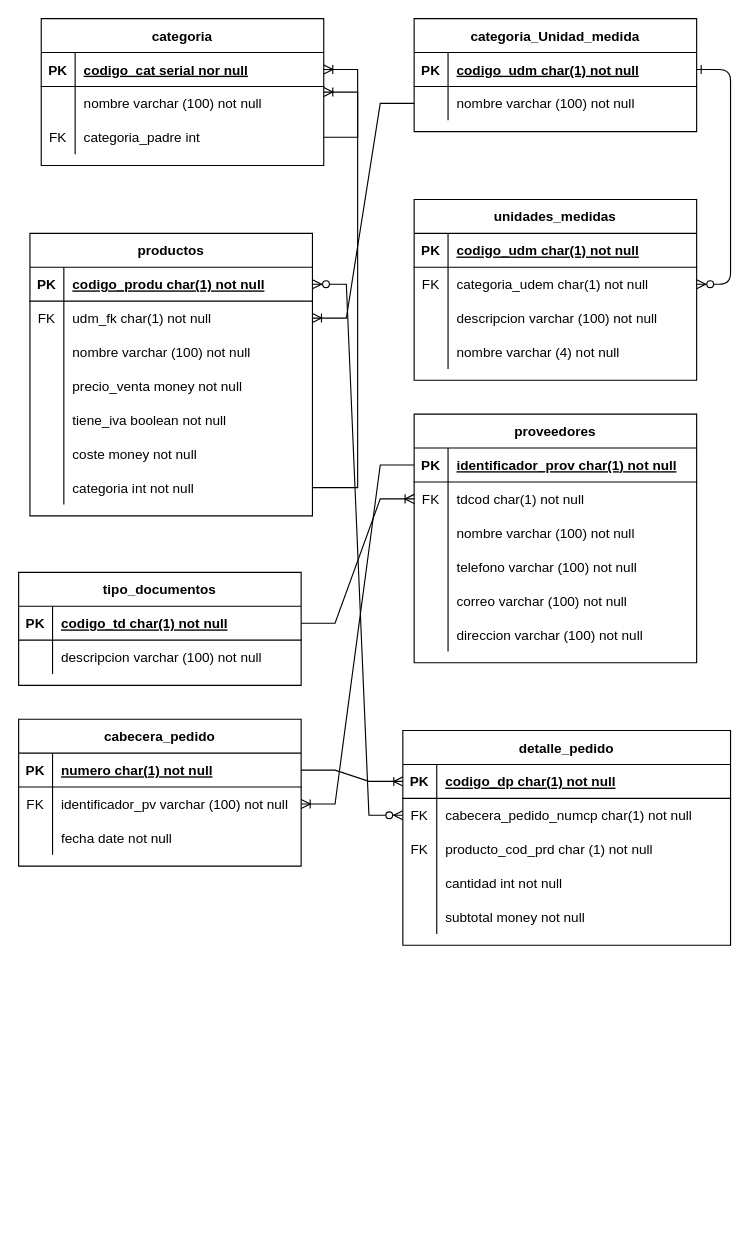
Above: Diagrama sin título.drawio in PaulRiveraC/kraveDev (draw.io), before the change. Source tidied: cells renumbered, new cells numbered last; positions are measured from the earlier drawing's top-left corner, leaving out a move shared by most shapes. Both pictures are drawn from the tidied source at 113%, with x=0, y=0 at pixel (18, 18).
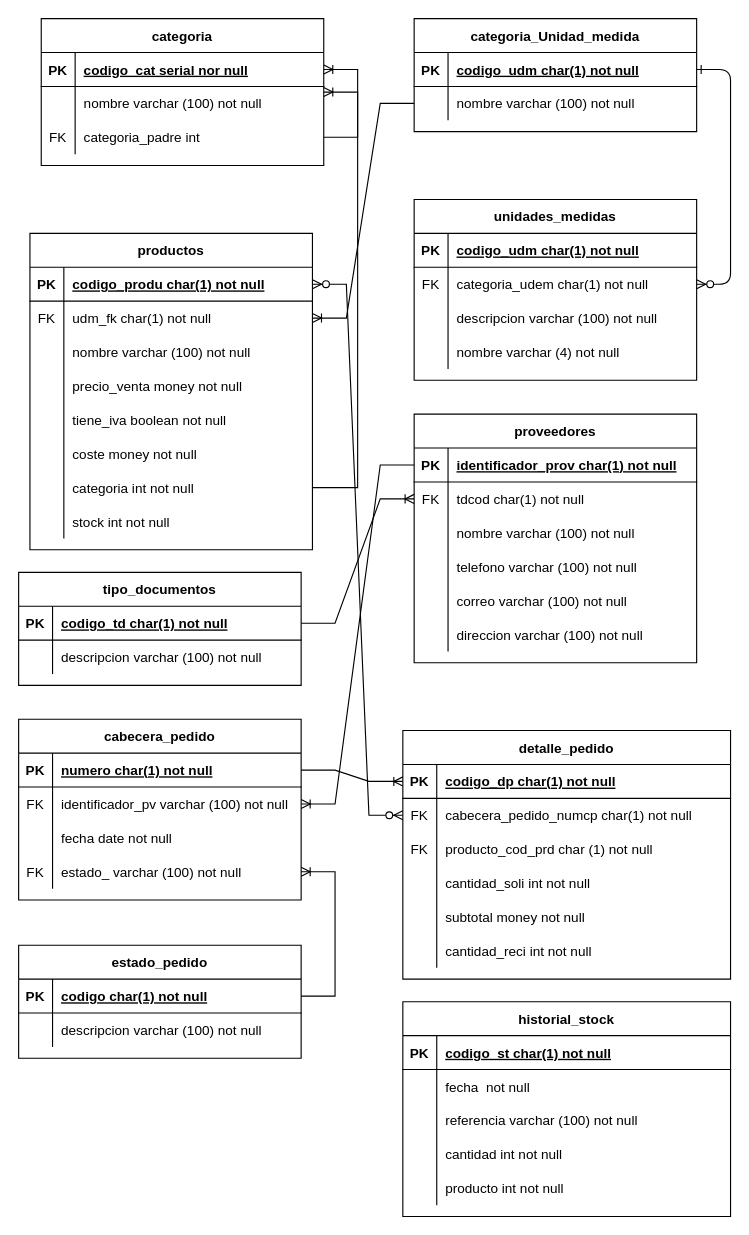
The same page after the edit.

Unchanged cells that the change refers to:
```xml
<mxCell id="104" style="shape=partialRectangle;fillColor=none;top=0;left=0;right=0;bottom=0;" parent="94" vertex="1">
  <mxGeometry y="120" width="290" height="30" as="geometry" />
</mxCell>
```

Diff of the diagram source:
```diff
@@
     <mxCell id="34" value="productos" style="shape=table;startSize=30;childLayout=tableLayout;rowLines=0;fontStyle=1;align=center;" parent="1" vertex="1">
-      <mxGeometry x="10" y="190" width="250" height="250" as="geometry" />
+      <mxGeometry x="10" y="190" width="250" height="280" as="geometry" />
     </mxCell>
@@
+    <mxCell id="114" style="shape=partialRectangle;fillColor=none;top=0;left=0;right=0;bottom=0;" parent="34" vertex="1">
+      <mxGeometry y="240" width="250" height="30" as="geometry" />
+    </mxCell>
+    <mxCell id="115" style="shape=partialRectangle;overflow=hidden;fillColor=none;top=0;left=0;bottom=0;right=0;" parent="114" vertex="1">
+      <mxGeometry width="30" height="30" as="geometry" />
+    </mxCell>
+    <mxCell id="116" value="stock int not null" style="shape=partialRectangle;overflow=hidden;fillColor=none;top=0;left=0;bottom=0;right=0;align=left;spacingLeft=6;" parent="114" vertex="1">
+      <mxGeometry x="30" width="220" height="30" as="geometry" />
+    </mxCell>
@@
     <mxCell id="84" value="cabecera_pedido" style="shape=table;startSize=30;childLayout=tableLayout;rowLines=0;fontStyle=1;align=center;" parent="1" vertex="1">
-      <mxGeometry y="620" width="250" height="130" as="geometry" />
+      <mxGeometry y="620" width="250" height="160" as="geometry" />
     </mxCell>
@@
+    <mxCell id="117" style="shape=partialRectangle;fillColor=none;points=[[0,0.5],[1,0.5]];portConstraint=eastwest;top=0;left=0;right=0;bottom=0;" parent="84" vertex="1">
+      <mxGeometry y="120" width="250" height="30" as="geometry" />
+    </mxCell>
+    <mxCell id="118" value="FK" style="shape=partialRectangle;overflow=hidden;fillColor=none;top=0;left=0;bottom=0;right=0;" parent="117" vertex="1">
+      <mxGeometry width="30" height="30" as="geometry" />
+    </mxCell>
+    <mxCell id="119" value="estado_ varchar (100) not null" style="shape=partialRectangle;overflow=hidden;fillColor=none;top=0;left=0;bottom=0;right=0;align=left;spacingLeft=6;" parent="117" vertex="1">
+      <mxGeometry x="30" width="220" height="30" as="geometry" />
+    </mxCell>
     <mxCell id="94" value="detalle_pedido" style="shape=table;startSize=30;childLayout=tableLayout;rowLines=0;fontStyle=1;align=center;" parent="1" vertex="1">
-      <mxGeometry x="340" y="630" width="290" height="190" as="geometry" />
+      <mxGeometry x="340" y="630" width="290" height="220" as="geometry" />
     </mxCell>
@@
-    <mxCell id="106" value="cantidad int not null" style="shape=partialRectangle;overflow=hidden;fillColor=none;top=0;left=0;bottom=0;right=0;align=left;spacingLeft=6;" parent="104" vertex="1">
+    <mxCell id="106" value="cantidad_soli int not null" style="shape=partialRectangle;overflow=hidden;fillColor=none;top=0;left=0;bottom=0;right=0;align=left;spacingLeft=6;" parent="104" vertex="1">
       <mxGeometry x="30" width="260" height="30" as="geometry" />
     </mxCell>
@@
+    <mxCell id="120" style="shape=partialRectangle;fillColor=none;top=0;left=0;right=0;bottom=0;" parent="94" vertex="1">
+      <mxGeometry y="180" width="290" height="30" as="geometry" />
+    </mxCell>
+    <mxCell id="121" style="shape=partialRectangle;overflow=hidden;fillColor=none;top=0;left=0;bottom=0;right=0;" parent="120" vertex="1">
+      <mxGeometry width="30" height="30" as="geometry" />
+    </mxCell>
+    <mxCell id="122" value="cantidad_reci int not null" style="shape=partialRectangle;overflow=hidden;fillColor=none;top=0;left=0;bottom=0;right=0;align=left;spacingLeft=6;" parent="120" vertex="1">
+      <mxGeometry x="30" width="260" height="30" as="geometry" />
+    </mxCell>
@@
+    <mxCell id="123" value="estado_pedido" style="shape=table;startSize=30;childLayout=tableLayout;rowLines=0;fontStyle=1;align=center;" parent="1" vertex="1">
+      <mxGeometry y="820" width="250" height="100" as="geometry" />
+    </mxCell>
+    <mxCell id="124" style="shape=partialRectangle;fillColor=none;points=[[0,0.5],[1,0.5]];portConstraint=eastwest;top=0;left=0;right=0;bottom=1;" parent="123" vertex="1">
+      <mxGeometry y="30" width="250" height="30" as="geometry" />
+    </mxCell>
+    <mxCell id="125" value="PK" style="shape=partialRectangle;overflow=hidden;fillColor=none;top=0;left=0;bottom=0;right=0;fontStyle=1;" parent="124" vertex="1">
+      <mxGeometry width="30" height="30" as="geometry" />
+    </mxCell>
+    <mxCell id="126" value="codigo char(1) not null" style="shape=partialRectangle;overflow=hidden;fillColor=none;top=0;left=0;bottom=0;right=0;align=left;spacingLeft=6;fontStyle=5;" parent="124" vertex="1">
+      <mxGeometry x="30" width="220" height="30" as="geometry" />
+    </mxCell>
+    <mxCell id="127" style="shape=partialRectangle;fillColor=none;top=0;left=0;right=0;bottom=0;" parent="123" vertex="1">
+      <mxGeometry y="60" width="250" height="30" as="geometry" />
+    </mxCell>
+    <mxCell id="128" style="shape=partialRectangle;overflow=hidden;fillColor=none;top=0;left=0;bottom=0;right=0;" parent="127" vertex="1">
+      <mxGeometry width="30" height="30" as="geometry" />
+    </mxCell>
+    <mxCell id="129" value="descripcion varchar (100) not null" style="shape=partialRectangle;overflow=hidden;fillColor=none;top=0;left=0;bottom=0;right=0;align=left;spacingLeft=6;" parent="127" vertex="1">
+      <mxGeometry x="30" width="220" height="30" as="geometry" />
+    </mxCell>
+    <mxCell id="130" style="edgeStyle=entityRelationEdgeStyle;fontSize=12;html=1;endArrow=ERoneToMany;rounded=0;exitX=1;exitY=0.5;exitDx=0;exitDy=0;" parent="1" edge="1" source="124" target="117">
+      <mxGeometry relative="1" as="geometry" />
+    </mxCell>
+    <mxCell id="131" value="historial_stock" style="shape=table;startSize=30;childLayout=tableLayout;rowLines=0;fontStyle=1;align=center;" parent="1" vertex="1">
+      <mxGeometry x="340" y="870" width="290" height="190" as="geometry" />
+    </mxCell>
+    <mxCell id="132" style="shape=partialRectangle;fillColor=none;top=0;left=0;right=0;bottom=1;" parent="131" vertex="1">
+      <mxGeometry y="30" width="290" height="30" as="geometry" />
+    </mxCell>
+    <mxCell id="133" value="PK" style="shape=partialRectangle;overflow=hidden;fillColor=none;top=0;left=0;bottom=0;right=0;fontStyle=1;" parent="132" vertex="1">
+      <mxGeometry width="30" height="30" as="geometry" />
+    </mxCell>
+    <mxCell id="134" value="codigo_st char(1) not null" style="shape=partialRectangle;overflow=hidden;fillColor=none;top=0;left=0;bottom=0;right=0;align=left;spacingLeft=6;fontStyle=5;" parent="132" vertex="1">
+      <mxGeometry x="30" width="260" height="30" as="geometry" />
+    </mxCell>
+    <mxCell id="135" style="shape=partialRectangle;fillColor=none;top=0;left=0;right=0;bottom=0;" parent="131" vertex="1">
+      <mxGeometry y="60" width="290" height="30" as="geometry" />
+    </mxCell>
+    <mxCell id="136" style="shape=partialRectangle;overflow=hidden;fillColor=none;top=0;left=0;bottom=0;right=0;" parent="135" vertex="1">
+      <mxGeometry width="30" height="30" as="geometry" />
+    </mxCell>
+    <mxCell id="137" value="fecha  not null" style="shape=partialRectangle;overflow=hidden;fillColor=none;top=0;left=0;bottom=0;right=0;align=left;spacingLeft=6;" parent="135" vertex="1">
+      <mxGeometry x="30" width="260" height="30" as="geometry" />
+    </mxCell>
+    <mxCell id="138" style="shape=partialRectangle;fillColor=none;top=0;left=0;right=0;bottom=0;" parent="131" vertex="1">
+      <mxGeometry y="90" width="290" height="30" as="geometry" />
+    </mxCell>
+    <mxCell id="139" style="shape=partialRectangle;overflow=hidden;fillColor=none;top=0;left=0;bottom=0;right=0;" parent="138" vertex="1">
+      <mxGeometry width="30" height="30" as="geometry" />
+    </mxCell>
+    <mxCell id="140" value="referencia varchar (100) not null" style="shape=partialRectangle;overflow=hidden;fillColor=none;top=0;left=0;bottom=0;right=0;align=left;spacingLeft=6;" parent="138" vertex="1">
+      <mxGeometry x="30" width="260" height="30" as="geometry" />
+    </mxCell>
+    <mxCell id="141" style="shape=partialRectangle;fillColor=none;top=0;left=0;right=0;bottom=0;" parent="131" vertex="1">
+      <mxGeometry y="120" width="290" height="30" as="geometry" />
+    </mxCell>
+    <mxCell id="142" style="shape=partialRectangle;overflow=hidden;fillColor=none;top=0;left=0;bottom=0;right=0;" parent="141" vertex="1">
+      <mxGeometry width="30" height="30" as="geometry" />
+    </mxCell>
+    <mxCell id="143" value="cantidad int not null" style="shape=partialRectangle;overflow=hidden;fillColor=none;top=0;left=0;bottom=0;right=0;align=left;spacingLeft=6;" parent="141" vertex="1">
+      <mxGeometry x="30" width="260" height="30" as="geometry" />
+    </mxCell>
+    <mxCell id="144" style="shape=partialRectangle;fillColor=none;top=0;left=0;right=0;bottom=0;" parent="131" vertex="1">
+      <mxGeometry y="150" width="290" height="30" as="geometry" />
+    </mxCell>
+    <mxCell id="145" style="shape=partialRectangle;overflow=hidden;fillColor=none;top=0;left=0;bottom=0;right=0;" parent="144" vertex="1">
+      <mxGeometry width="30" height="30" as="geometry" />
+    </mxCell>
+    <mxCell id="146" value="producto int not null" style="shape=partialRectangle;overflow=hidden;fillColor=none;top=0;left=0;bottom=0;right=0;align=left;spacingLeft=6;" parent="144" vertex="1">
+      <mxGeometry x="30" width="260" height="30" as="geometry" />
+    </mxCell>
```
